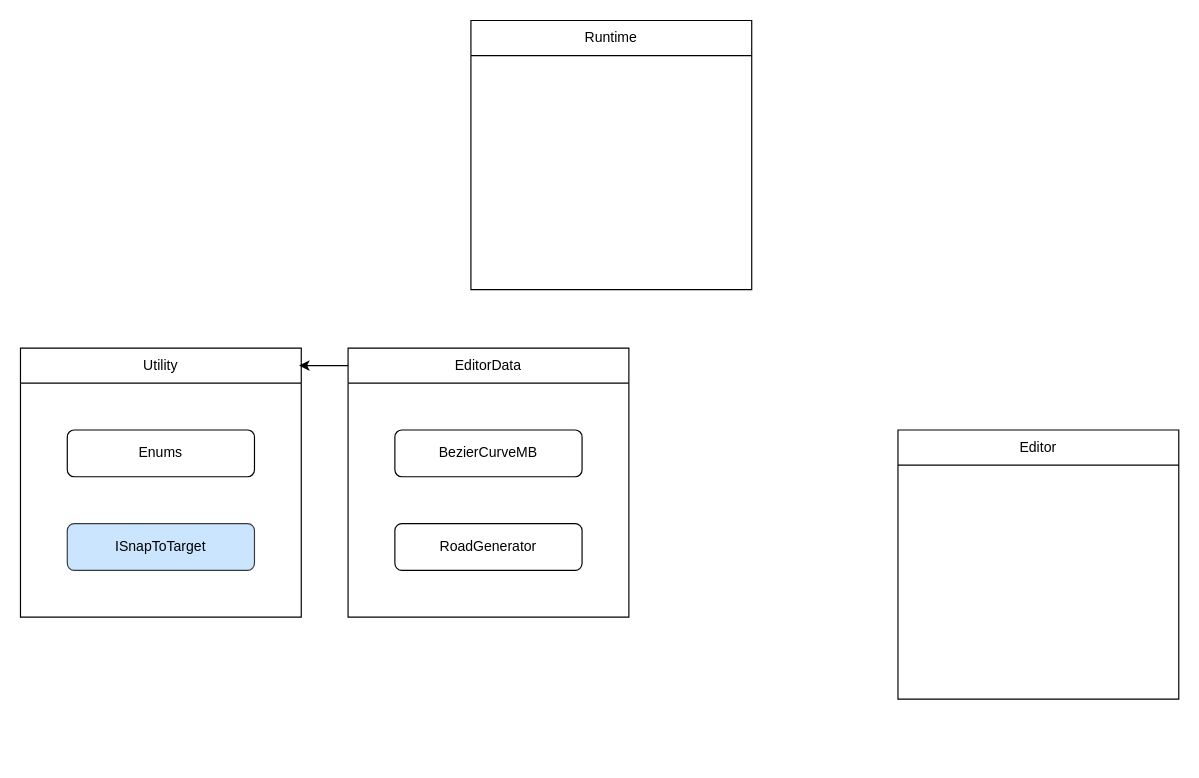
Before: RoadSystem.drawio in AwixStudio/Road-System, a draw.io diagram. Source tidied: cells renumbered, new cells numbered last; positions are measured from the earlier drawing's top-left corner, leaving out a move shared by most shapes. Both pictures are drawn from the tidied source at 117%, with x=0, y=0 at pixel (20, 20).
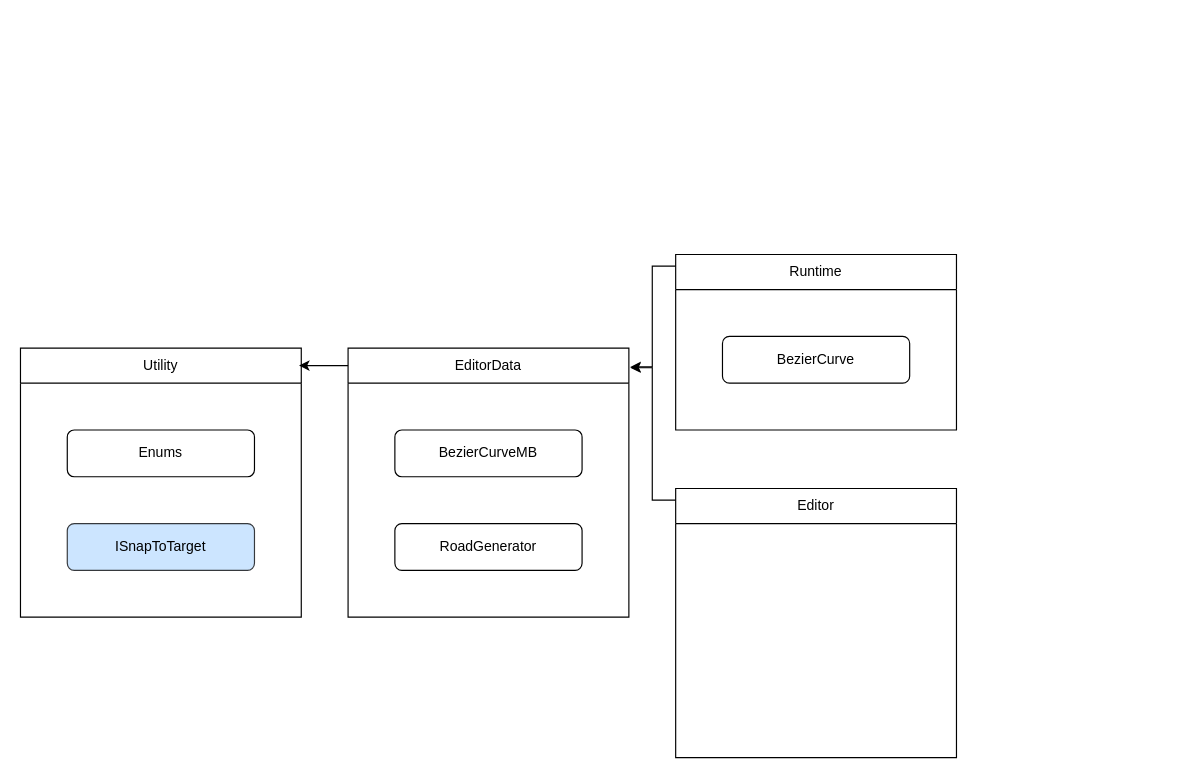
After the change.

Diff of the diagram source:
```diff
@@
 <mxGraphModel>
   <root>
     <mxCell id="0" />
     <mxCell id="1" parent="0" />
     <mxCell id="2" value="Enums" style="rounded=1;whiteSpace=wrap;html=1;" parent="1" vertex="1">
       <mxGeometry x="40" y="350" width="160" height="40" as="geometry" />
     </mxCell>
     <mxCell id="3" value="&lt;div&gt;ISnapToTarget&lt;/div&gt;" style="rounded=1;whiteSpace=wrap;html=1;fillColor=#cce5ff;strokeColor=#36393d;" parent="1" vertex="1">
       <mxGeometry x="40" y="430" width="160" height="40" as="geometry" />
     </mxCell>
     <mxCell id="4" value="Utility" style="swimlane;fontStyle=0;horizontal=1;startSize=30;whiteSpace=wrap;html=1;" parent="1" vertex="1">
       <mxGeometry y="280" width="240" height="230" as="geometry" />
     </mxCell>
     <mxCell id="5" value="Runtime" style="swimlane;fontStyle=0;horizontal=1;startSize=30;whiteSpace=wrap;html=1;" parent="1" vertex="1">
-      <mxGeometry x="385" width="240" height="230" as="geometry" />
+      <mxGeometry x="560" y="200" width="240" height="150" as="geometry" />
     </mxCell>
     <mxCell id="6" value="EditorData" style="swimlane;fontStyle=0;horizontal=1;startSize=30;whiteSpace=wrap;html=1;" parent="1" vertex="1">
       <mxGeometry x="280" y="280" width="240" height="230" as="geometry" />
     </mxCell>
     <mxCell id="7" value="Editor" style="swimlane;fontStyle=0;horizontal=1;startSize=30;whiteSpace=wrap;html=1;" parent="1" vertex="1">
-      <mxGeometry x="750" y="350" width="240" height="230" as="geometry" />
+      <mxGeometry x="560" y="400" width="240" height="230" as="geometry" />
     </mxCell>
     <mxCell id="8" style="edgeStyle=orthogonalEdgeStyle;rounded=0;jettySize=auto;html=1;entryX=0.992;entryY=0.065;entryDx=0;entryDy=0;entryPerimeter=0;" parent="1" edge="1" source="6" target="4">
       <mxGeometry relative="1" as="geometry">
         <Array as="points">
           <mxPoint x="300" y="295" />
           <mxPoint x="300" y="295" />
         </Array>
       </mxGeometry>
     </mxCell>
     <mxCell id="9" value="BezierCurveMB" style="rounded=1;whiteSpace=wrap;html=1;" parent="1" vertex="1">
       <mxGeometry x="320" y="350" width="160" height="40" as="geometry" />
     </mxCell>
     <mxCell id="10" value="RoadGenerator" style="rounded=1;whiteSpace=wrap;html=1;" parent="1" vertex="1">
       <mxGeometry x="320" y="430" width="160" height="40" as="geometry" />
     </mxCell>
+    <mxCell id="11" style="edgeStyle=orthogonalEdgeStyle;rounded=0;jettySize=auto;html=1;entryX=1.005;entryY=0.07;entryDx=0;entryDy=0;entryPerimeter=0;" parent="1" edge="1" source="5" target="6">
+      <mxGeometry relative="1" as="geometry">
+        <Array as="points">
+          <mxPoint x="540" y="210" />
+          <mxPoint x="540" y="296" />
+        </Array>
+      </mxGeometry>
+    </mxCell>
+    <mxCell id="12" style="edgeStyle=orthogonalEdgeStyle;rounded=0;jettySize=auto;html=1;entryX=1.005;entryY=0.073;entryDx=0;entryDy=0;entryPerimeter=0;" parent="1" edge="1" source="7" target="6">
+      <mxGeometry relative="1" as="geometry">
+        <Array as="points">
+          <mxPoint x="540" y="410" />
+          <mxPoint x="540" y="297" />
+        </Array>
+      </mxGeometry>
+    </mxCell>
+    <mxCell id="13" value="BezierCurve" style="rounded=1;whiteSpace=wrap;html=1;" parent="1" vertex="1">
+      <mxGeometry x="600" y="270" width="160" height="40" as="geometry" />
+    </mxCell>
   </root>
 </mxGraphModel>
```
